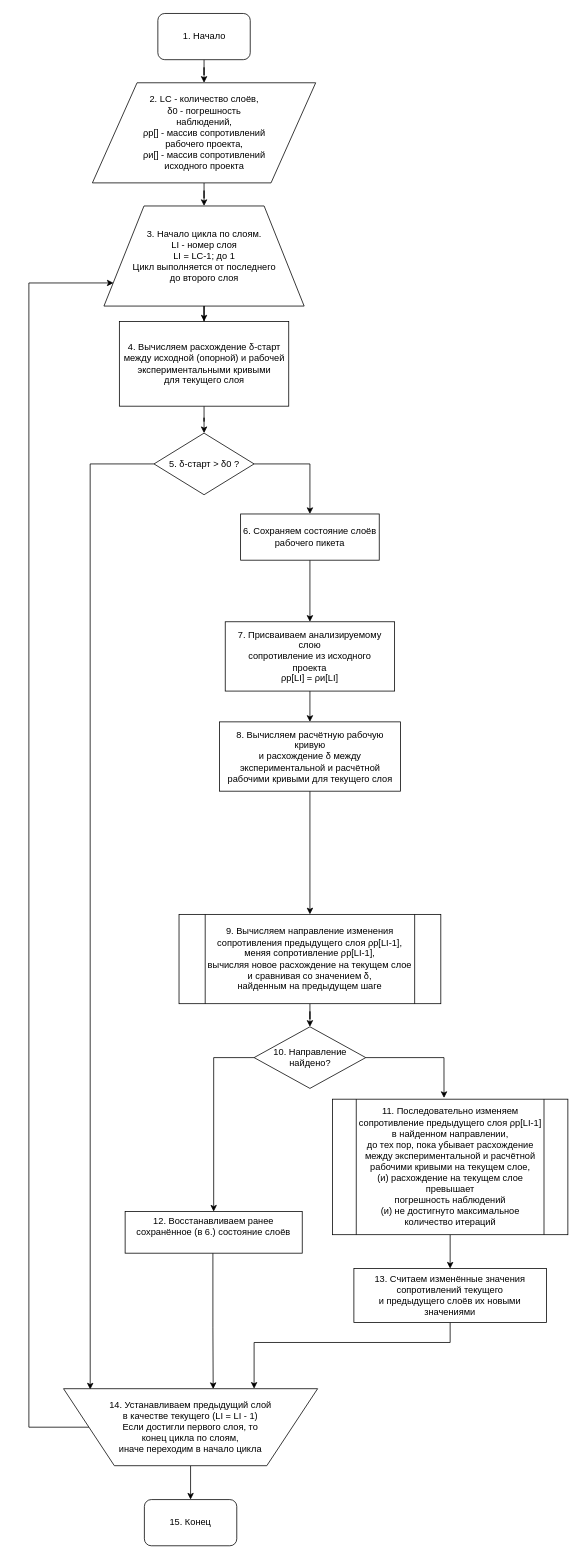
svm-elwin/Diagrams keeps this draw.io diagram as Новый алгоритм количественного мониторинга.drawio. Above is the earlier version. Source tidied: cells renumbered, new cells numbered last; positions are measured from the earlier drawing's top-left corner, leaving out a move shared by most shapes. Both pictures are drawn from the tidied source at 77%, with x=0, y=0 at pixel (28, 13).
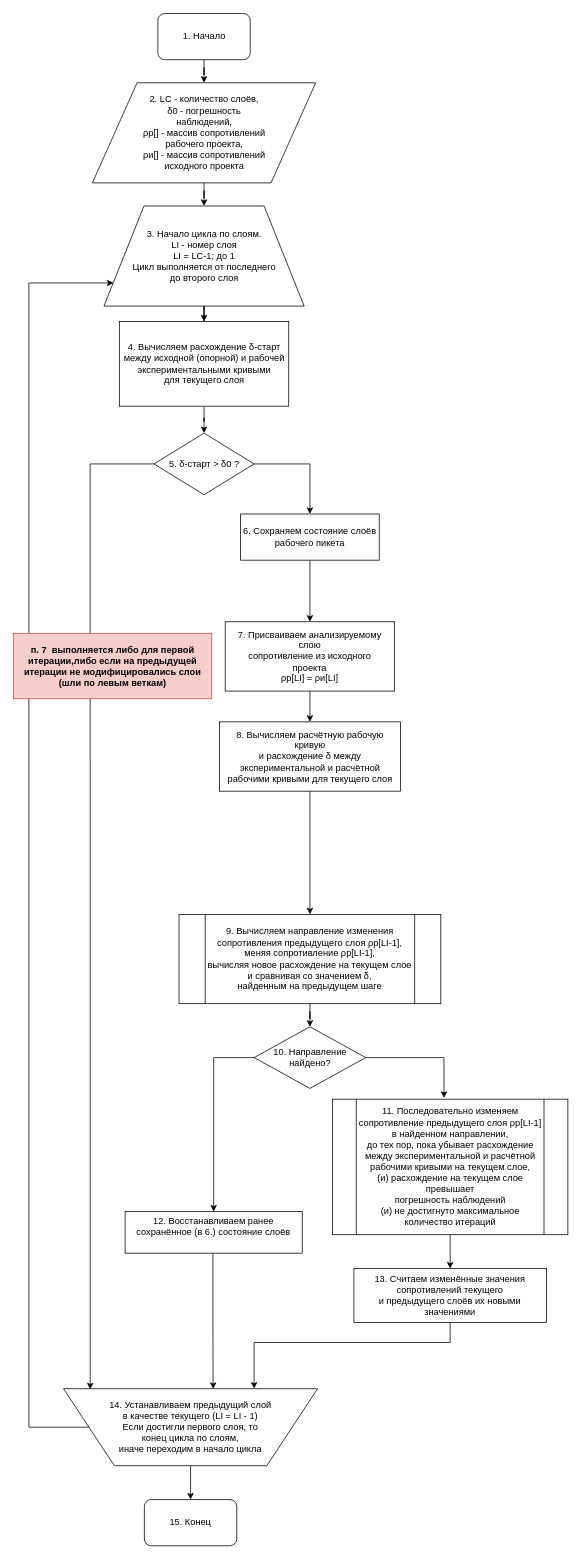
The same diagram, later.

Change to the diagram source:
```diff
@@
+    <mxCell id="34" value="п. 7&amp;nbsp; выполняется либо для первой итерации,либо если на предыдущей итерации не модифицировались слои (шли по левым веткам)" style="rounded=0;whiteSpace=wrap;html=1;fillColor=#f8cecc;strokeColor=#b85450;fontStyle=1;" parent="1" vertex="1">
+      <mxGeometry x="-20" y="805" width="257.5" height="85" as="geometry" />
+    </mxCell>
```
